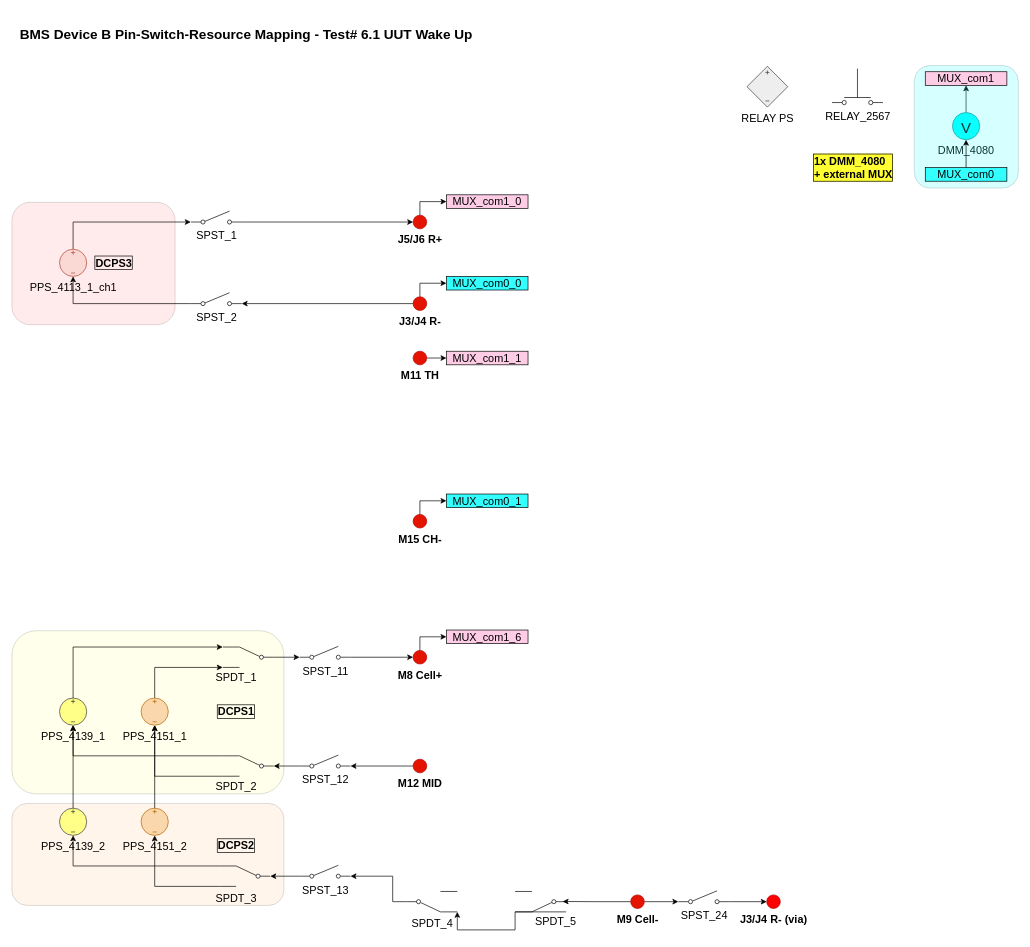
Earlier version of the draw.io diagram BMS_device_B_6p1.drawio (ktlim-xy/draw-io). Source tidied: cells renumbered, new cells numbered last; positions are measured from the earlier drawing's top-left corner, leaving out a move shared by most shapes. Both pictures are drawn from the tidied source at 68%, with x=0, y=0 at pixel (12, 12).
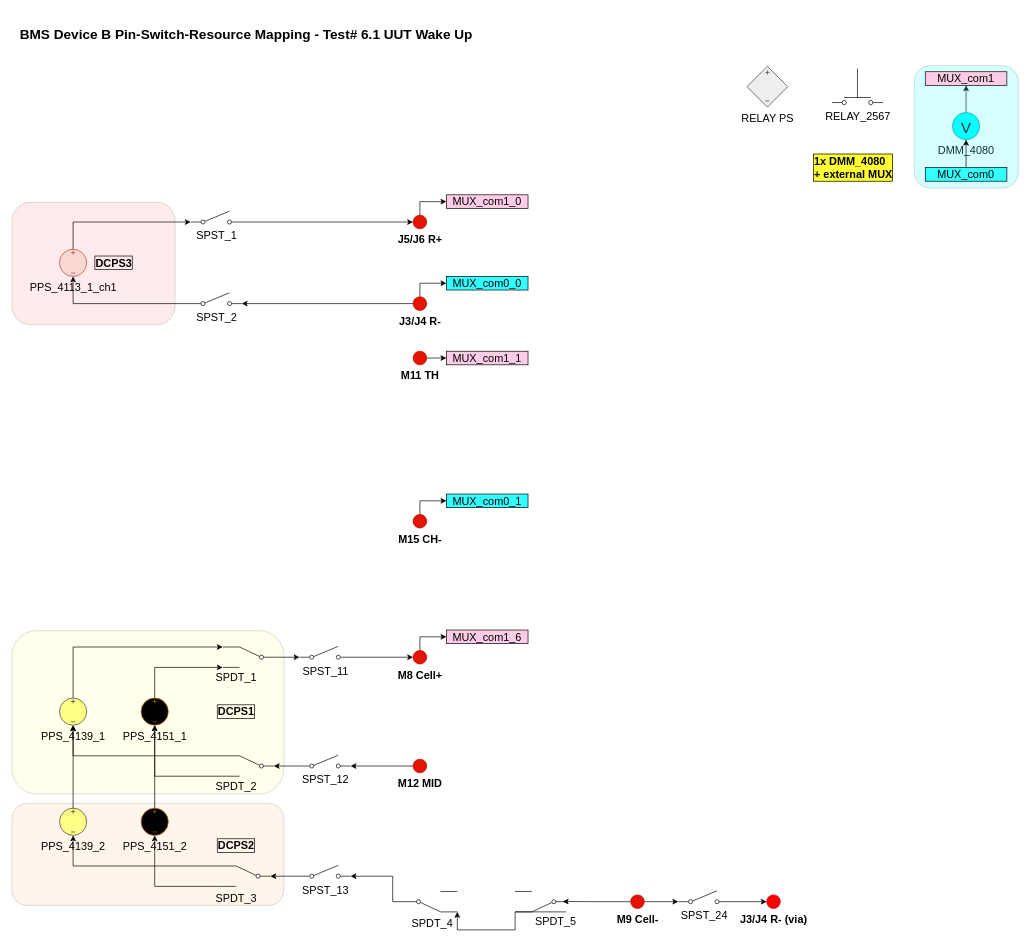
The same diagram, later.

Diff of the diagram source:
```diff
@@
-    <mxCell id="40" value="PPS_4151_1" style="verticalLabelPosition=bottom;shadow=0;dashed=0;align=center;html=1;verticalAlign=top;shape=mxgraph.electrical.signal_sources.source;points=[[0.5,0,0],[1,0.5,0],[0.5,1,0],[0,0.5,0]];elSignalType=dc3;rotation=0;fillColor=#fad7ac;strokeColor=#b46504;fontSize=16;" parent="1" vertex="1">
+    <mxCell id="40" value="PPS_4151_1" style="verticalLabelPosition=bottom;shadow=0;dashed=0;align=center;html=1;verticalAlign=top;shape=mxgraph.electrical.signal_sources.source;points=[[0.5,0,0],[1,0.5,0],[0.5,1,0],[0,0.5,0]];elSignalType=dc3;rotation=0;fillColor=#000000;strokeColor=#b46504;fontSize=16;" parent="1" vertex="1">
       <mxGeometry x="190" y="1009" width="40" height="40" as="geometry" />
     </mxCell>
@@
-    <mxCell id="42" value="PPS_4151_2" style="verticalLabelPosition=bottom;shadow=0;dashed=0;align=center;html=1;verticalAlign=top;shape=mxgraph.electrical.signal_sources.source;points=[[0.5,0,0],[1,0.5,0],[0.5,1,0],[0,0.5,0]];elSignalType=dc3;rotation=0;fillColor=#fad7ac;strokeColor=#b46504;fontSize=16;" parent="1" vertex="1">
+    <mxCell id="42" value="PPS_4151_2" style="verticalLabelPosition=bottom;shadow=0;dashed=0;align=center;html=1;verticalAlign=top;shape=mxgraph.electrical.signal_sources.source;points=[[0.5,0,0],[1,0.5,0],[0.5,1,0],[0,0.5,0]];elSignalType=dc3;rotation=0;fillColor=#000000;strokeColor=#b46504;fontSize=16;" parent="1" vertex="1">
       <mxGeometry x="190" y="1171" width="40" height="40" as="geometry" />
     </mxCell>
```
